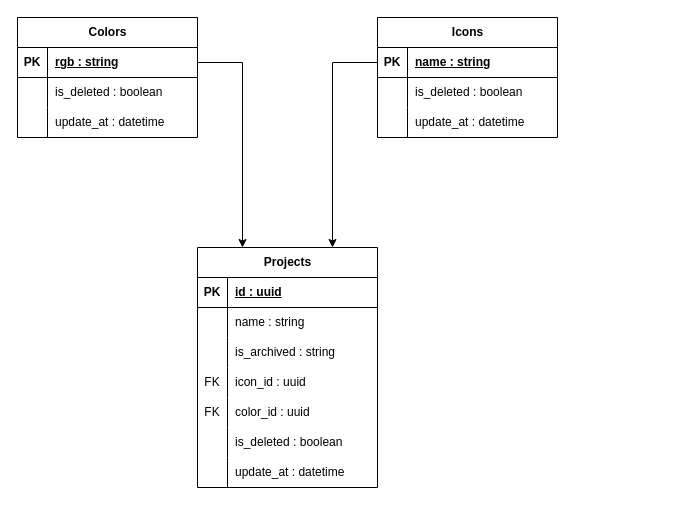
Above: documentation/Relational_Model.drawio in PulidoLuciano/personal-space (draw.io), before the change. Source tidied: cells renumbered, new cells numbered last; positions are measured from the earlier drawing's top-left corner, leaving out a move shared by most shapes. Both pictures are drawn from the tidied source at 100%, with x=0, y=0 at pixel (17, 17).
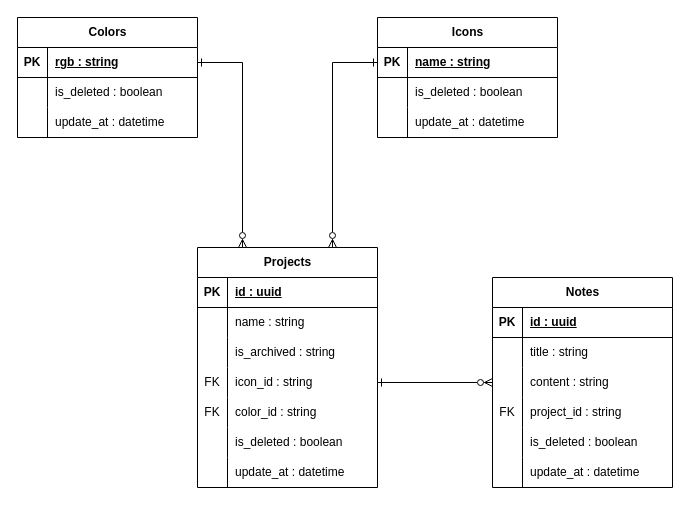
After the change.

Commit message:
Update relational model

Unchanged cells that the change refers to:
```xml
<mxCell id="2" value="Projects" style="shape=table;startSize=30;childLayout=tableLayout;rowLines=0;fontStyle=1;align=center;html=1;" parent="1" vertex="1">
  <mxGeometry x="180" y="230" width="180" height="240" as="geometry" />
</mxCell>
<mxCell id="12" style="shape=tableRow;horizontal=0;startSize=0;swimlaneHead=0;swimlaneBody=0;fillColor=none;points=[[0,0.5],[1,0.5]];portConstraint=eastwest;top=0;left=0;right=0;bottom=0;" parent="2" vertex="1">
  <mxGeometry y="120" width="180" height="30" as="geometry" />
</mxCell>
<mxCell id="15" style="shape=tableRow;horizontal=0;startSize=0;swimlaneHead=0;swimlaneBody=0;fillColor=none;top=0;left=0;right=0;bottom=0;" parent="2" vertex="1">
  <mxGeometry y="150" width="180" height="30" as="geometry" />
</mxCell>
<mxCell id="25" style="shape=tableRow;horizontal=0;startSize=0;swimlaneHead=0;swimlaneBody=0;fillColor=none;points=[[0,0.5],[1,0.5]];portConstraint=eastwest;top=0;left=0;right=0;bottom=1;" parent="24" vertex="1">
  <mxGeometry y="30" width="180" height="30" as="geometry" />
</mxCell>
<mxCell id="35" style="shape=tableRow;horizontal=0;startSize=0;swimlaneHead=0;swimlaneBody=0;fillColor=none;points=[[0,0.5],[1,0.5]];portConstraint=eastwest;top=0;left=0;right=0;bottom=1;" parent="34" vertex="1">
  <mxGeometry y="30" width="180" height="30" as="geometry" />
</mxCell>
```

Change to the diagram source:
```diff
@@
-    <mxCell id="14" value="icon_id : uuid" style="shape=partialRectangle;fillColor=none;top=0;left=0;bottom=0;right=0;align=left;spacingLeft=6;overflow=hidden;whiteSpace=wrap;html=1;" parent="12" vertex="1">
+    <mxCell id="14" value="icon_id : string" style="shape=partialRectangle;fillColor=none;top=0;left=0;bottom=0;right=0;align=left;spacingLeft=6;overflow=hidden;whiteSpace=wrap;html=1;" parent="12" vertex="1">
       <mxGeometry x="30" width="150" height="30" as="geometry" />
     </mxCell>
@@
-    <mxCell id="17" value="color_id : uuid" style="shape=partialRectangle;fillColor=none;top=0;left=0;bottom=0;right=0;align=left;spacingLeft=6;overflow=hidden;whiteSpace=wrap;html=1;" parent="15" vertex="1">
+    <mxCell id="17" value="color_id : string" style="shape=partialRectangle;fillColor=none;top=0;left=0;bottom=0;right=0;align=left;spacingLeft=6;overflow=hidden;whiteSpace=wrap;html=1;" parent="15" vertex="1">
       <mxGeometry x="30" width="150" height="30" as="geometry" />
     </mxCell>
@@
-    <mxCell id="44" style="edgeStyle=orthogonalEdgeStyle;rounded=0;jettySize=auto;html=1;exitX=1;exitY=0.5;exitDx=0;exitDy=0;entryX=0.25;entryY=0;entryDx=0;entryDy=0;" parent="1" edge="1" source="25" target="2">
+    <mxCell id="44" style="edgeStyle=orthogonalEdgeStyle;rounded=0;jettySize=auto;html=1;exitX=1;exitY=0.5;exitDx=0;exitDy=0;entryX=0.25;entryY=0;entryDx=0;entryDy=0;endArrow=ERzeroToMany;endFill=0;startArrow=ERone;startFill=0;" parent="1" edge="1" source="25" target="2">
       <mxGeometry relative="1" as="geometry" />
     </mxCell>
-    <mxCell id="45" style="edgeStyle=orthogonalEdgeStyle;rounded=0;jettySize=auto;html=1;exitX=0;exitY=0.5;exitDx=0;exitDy=0;entryX=0.75;entryY=0;entryDx=0;entryDy=0;" parent="1" edge="1" source="35" target="2">
+    <mxCell id="45" style="edgeStyle=orthogonalEdgeStyle;rounded=0;jettySize=auto;html=1;exitX=0;exitY=0.5;exitDx=0;exitDy=0;entryX=0.75;entryY=0;entryDx=0;entryDy=0;endArrow=ERzeroToMany;endFill=0;startArrow=ERone;startFill=0;" parent="1" edge="1" source="35" target="2">
       <mxGeometry relative="1" as="geometry" />
     </mxCell>
+    <mxCell id="46" value="Notes" style="shape=table;startSize=30;childLayout=tableLayout;rowLines=0;fontStyle=1;align=center;html=1;" parent="1" vertex="1">
+      <mxGeometry x="475" y="260" width="180" height="210" as="geometry" />
+    </mxCell>
+    <mxCell id="47" style="shape=tableRow;horizontal=0;startSize=0;swimlaneHead=0;swimlaneBody=0;fillColor=none;top=0;left=0;right=0;bottom=1;" parent="46" vertex="1">
+      <mxGeometry y="30" width="180" height="30" as="geometry" />
+    </mxCell>
+    <mxCell id="48" value="PK" style="shape=partialRectangle;fillColor=none;top=0;left=0;bottom=0;right=0;fontStyle=1;overflow=hidden;whiteSpace=wrap;html=1;" parent="47" vertex="1">
+      <mxGeometry width="30" height="30" as="geometry" />
+    </mxCell>
+    <mxCell id="49" value="id : uuid" style="shape=partialRectangle;fillColor=none;top=0;left=0;bottom=0;right=0;align=left;spacingLeft=6;fontStyle=5;overflow=hidden;whiteSpace=wrap;html=1;" parent="47" vertex="1">
+      <mxGeometry x="30" width="150" height="30" as="geometry" />
+    </mxCell>
+    <mxCell id="50" style="shape=tableRow;horizontal=0;startSize=0;swimlaneHead=0;swimlaneBody=0;fillColor=none;top=0;left=0;right=0;bottom=0;" parent="46" vertex="1">
+      <mxGeometry y="60" width="180" height="30" as="geometry" />
+    </mxCell>
+    <mxCell id="51" style="shape=partialRectangle;fillColor=none;top=0;left=0;bottom=0;right=0;overflow=hidden;whiteSpace=wrap;html=1;" parent="50" vertex="1">
+      <mxGeometry width="30" height="30" as="geometry" />
+    </mxCell>
+    <mxCell id="52" value="title : string" style="shape=partialRectangle;fillColor=none;top=0;left=0;bottom=0;right=0;align=left;spacingLeft=6;overflow=hidden;whiteSpace=wrap;html=1;" parent="50" vertex="1">
+      <mxGeometry x="30" width="150" height="30" as="geometry" />
+    </mxCell>
+    <mxCell id="53" style="shape=tableRow;horizontal=0;startSize=0;swimlaneHead=0;swimlaneBody=0;fillColor=none;points=[[0,0.5],[1,0.5]];portConstraint=eastwest;top=0;left=0;right=0;bottom=0;" parent="46" vertex="1">
+      <mxGeometry y="90" width="180" height="30" as="geometry" />
+    </mxCell>
+    <mxCell id="54" style="shape=partialRectangle;fillColor=none;top=0;left=0;bottom=0;right=0;overflow=hidden;whiteSpace=wrap;html=1;" parent="53" vertex="1">
+      <mxGeometry width="30" height="30" as="geometry" />
+    </mxCell>
+    <mxCell id="55" value="content : string" style="shape=partialRectangle;fillColor=none;top=0;left=0;bottom=0;right=0;align=left;spacingLeft=6;overflow=hidden;whiteSpace=wrap;html=1;" parent="53" vertex="1">
+      <mxGeometry x="30" width="150" height="30" as="geometry" />
+    </mxCell>
+    <mxCell id="56" style="shape=tableRow;horizontal=0;startSize=0;swimlaneHead=0;swimlaneBody=0;fillColor=none;top=0;left=0;right=0;bottom=0;" parent="46" vertex="1">
+      <mxGeometry y="120" width="180" height="30" as="geometry" />
+    </mxCell>
+    <mxCell id="57" value="FK" style="shape=partialRectangle;fillColor=none;top=0;left=0;bottom=0;right=0;overflow=hidden;whiteSpace=wrap;html=1;" parent="56" vertex="1">
+      <mxGeometry width="30" height="30" as="geometry" />
+    </mxCell>
+    <mxCell id="58" value="project_id : string" style="shape=partialRectangle;fillColor=none;top=0;left=0;bottom=0;right=0;align=left;spacingLeft=6;overflow=hidden;whiteSpace=wrap;html=1;" parent="56" vertex="1">
+      <mxGeometry x="30" width="150" height="30" as="geometry" />
+    </mxCell>
+    <mxCell id="59" style="shape=tableRow;horizontal=0;startSize=0;swimlaneHead=0;swimlaneBody=0;fillColor=none;top=0;left=0;right=0;bottom=0;" parent="46" vertex="1">
+      <mxGeometry y="150" width="180" height="30" as="geometry" />
+    </mxCell>
+    <mxCell id="60" style="shape=partialRectangle;fillColor=none;top=0;left=0;bottom=0;right=0;overflow=hidden;whiteSpace=wrap;html=1;" parent="59" vertex="1">
+      <mxGeometry width="30" height="30" as="geometry" />
+    </mxCell>
+    <mxCell id="61" value="is_deleted : boolean" style="shape=partialRectangle;fillColor=none;top=0;left=0;bottom=0;right=0;align=left;spacingLeft=6;overflow=hidden;whiteSpace=wrap;html=1;" parent="59" vertex="1">
+      <mxGeometry x="30" width="150" height="30" as="geometry" />
+    </mxCell>
+    <mxCell id="62" style="shape=tableRow;horizontal=0;startSize=0;swimlaneHead=0;swimlaneBody=0;fillColor=none;top=0;left=0;right=0;bottom=0;" parent="46" vertex="1">
+      <mxGeometry y="180" width="180" height="30" as="geometry" />
+    </mxCell>
+    <mxCell id="63" style="shape=partialRectangle;fillColor=none;top=0;left=0;bottom=0;right=0;overflow=hidden;whiteSpace=wrap;html=1;" parent="62" vertex="1">
+      <mxGeometry width="30" height="30" as="geometry" />
+    </mxCell>
+    <mxCell id="64" value="update_at : datetime" style="shape=partialRectangle;fillColor=none;top=0;left=0;bottom=0;right=0;align=left;spacingLeft=6;overflow=hidden;whiteSpace=wrap;html=1;" parent="62" vertex="1">
+      <mxGeometry x="30" width="150" height="30" as="geometry" />
+    </mxCell>
+    <mxCell id="65" style="edgeStyle=orthogonalEdgeStyle;rounded=0;jettySize=auto;html=1;exitX=1;exitY=0.5;exitDx=0;exitDy=0;entryX=0;entryY=0.5;entryDx=0;entryDy=0;startArrow=ERone;startFill=0;endArrow=ERzeroToMany;endFill=0;" parent="1" edge="1" source="12" target="53">
+      <mxGeometry relative="1" as="geometry" />
+    </mxCell>
```
